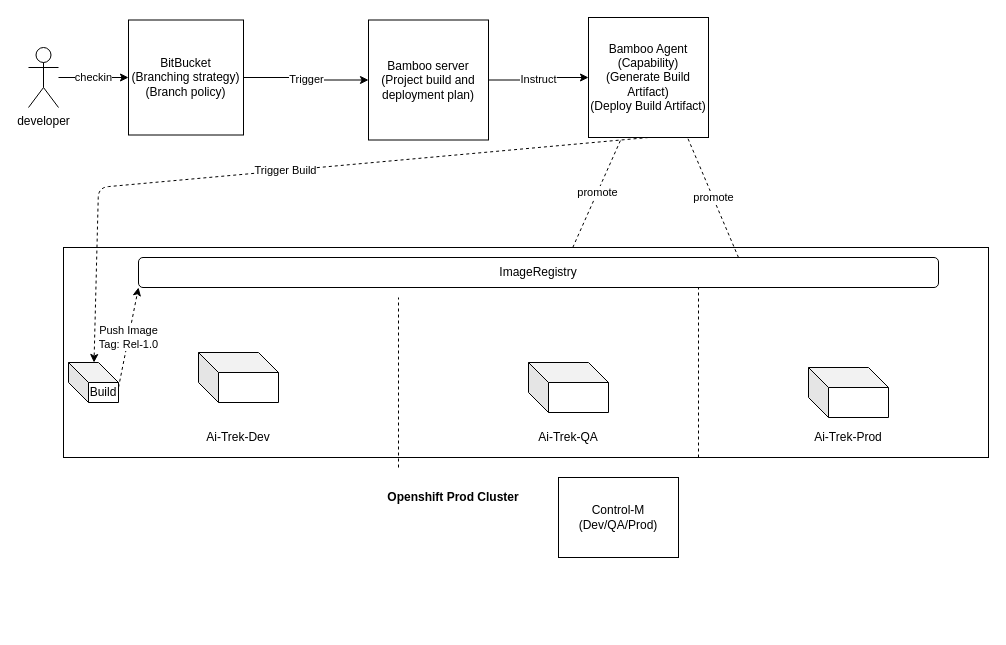
This is CTI.drawio from sandeepeat2014/2much2learn, a draw.io file, before an edit. Source tidied: cells renumbered, new cells numbered last; positions are measured from the earlier drawing's top-left corner, leaving out a move shared by most shapes. Both pictures are drawn from the tidied source at 100%, with x=0, y=0 at pixel (28, 17).
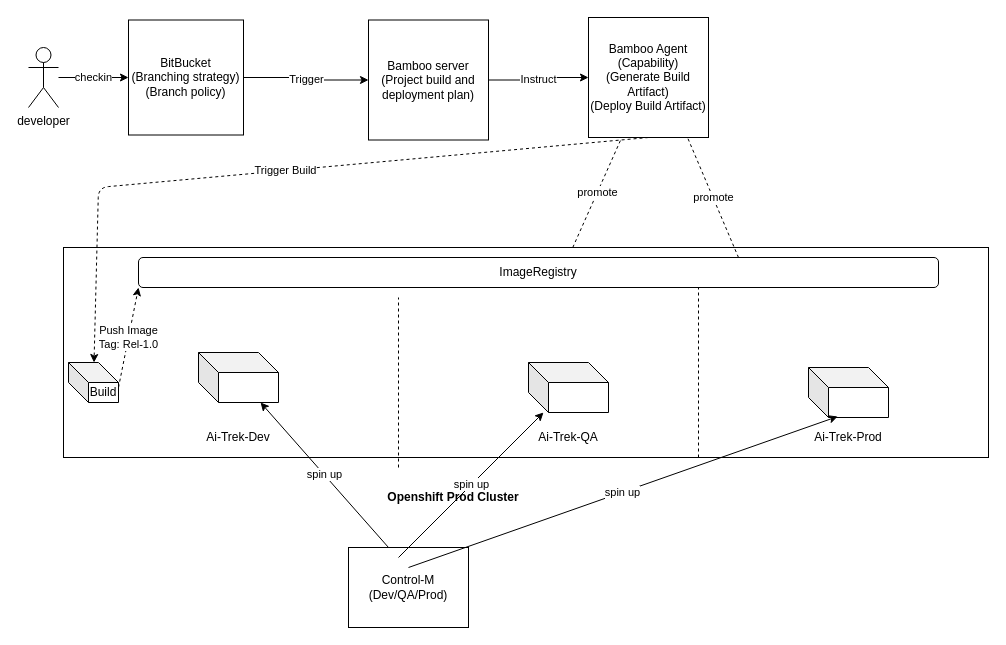
The same page after the edit.

The change refers to these unchanged cells:
```xml
<mxCell id="12" style="shape=cube;whiteSpace=wrap;html=1;boundedLbl=1;backgroundOutline=1;darkOpacity=0.05;darkOpacity2=0.1;" parent="1" vertex="1">
  <mxGeometry x="500" y="345" width="80" height="50" as="geometry" />
</mxCell>
<mxCell id="13" style="shape=cube;whiteSpace=wrap;html=1;boundedLbl=1;backgroundOutline=1;darkOpacity=0.05;darkOpacity2=0.1;" parent="1" vertex="1">
  <mxGeometry x="170" y="335" width="80" height="50" as="geometry" />
</mxCell>
<mxCell id="18" style="shape=cube;whiteSpace=wrap;html=1;boundedLbl=1;backgroundOutline=1;darkOpacity=0.05;darkOpacity2=0.1;" parent="1" vertex="1">
  <mxGeometry x="780" y="350" width="80" height="50" as="geometry" />
</mxCell>
```

What changed in the source:
```diff
@@
     <mxCell id="11" value="Control-M&lt;br&gt;(Dev/QA/Prod)" style="rounded=0;whiteSpace=wrap;html=1;" parent="1" vertex="1">
-      <mxGeometry x="530" y="460" width="120" height="80" as="geometry" />
+      <mxGeometry x="320" y="530" width="120" height="80" as="geometry" />
     </mxCell>
@@
+    <mxCell id="26" value="spin up" style="endArrow=classic;html=1;" parent="1" edge="1" target="13">
+      <mxGeometry relative="1" as="geometry">
+        <mxPoint x="360" y="530" as="sourcePoint" />
+      </mxGeometry>
+    </mxCell>
+    <mxCell id="27" value="spin up" style="endArrow=classic;html=1;" parent="1" edge="1" target="12">
+      <mxGeometry relative="1" as="geometry">
+        <mxPoint x="370" y="540" as="sourcePoint" />
+      </mxGeometry>
+    </mxCell>
+    <mxCell id="28" value="spin up" style="endArrow=classic;html=1;entryX=0.365;entryY=0.98;entryDx=0;entryDy=0;entryPerimeter=0;" parent="1" edge="1" target="18">
+      <mxGeometry relative="1" as="geometry">
+        <mxPoint x="380" y="550" as="sourcePoint" />
+      </mxGeometry>
+    </mxCell>
```
